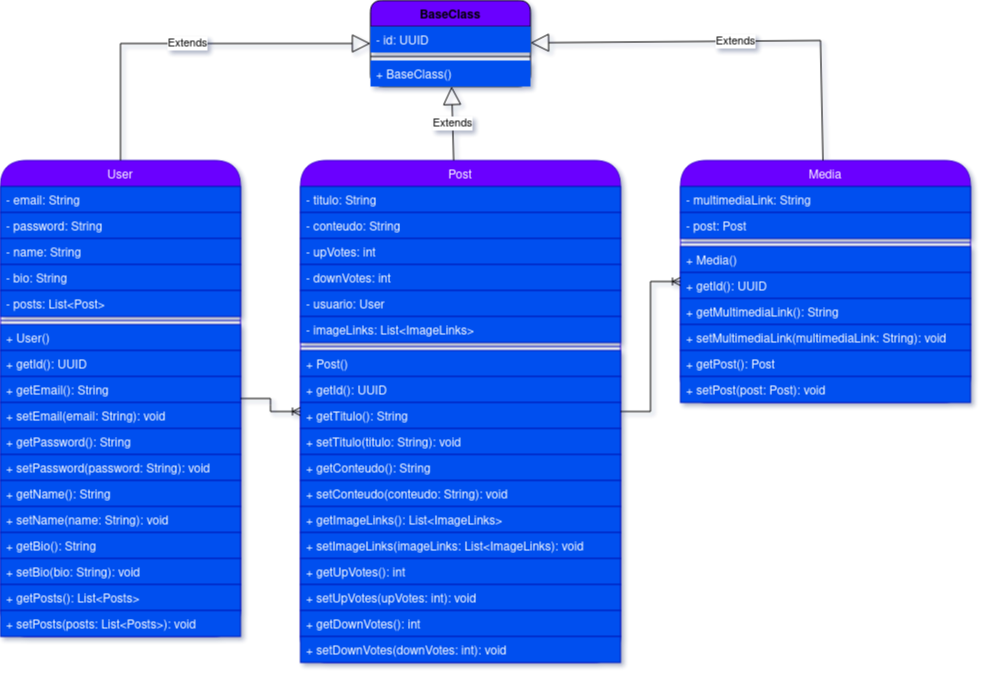
The draw.io diagram DiagramasBlogJavaApp.drawio.png in boirods/blogjava-playframework, before a commit. Source tidied: cells renumbered, new cells last; positions are measured from the earlier drawing's top-left corner, leaving out a move shared by most shapes.
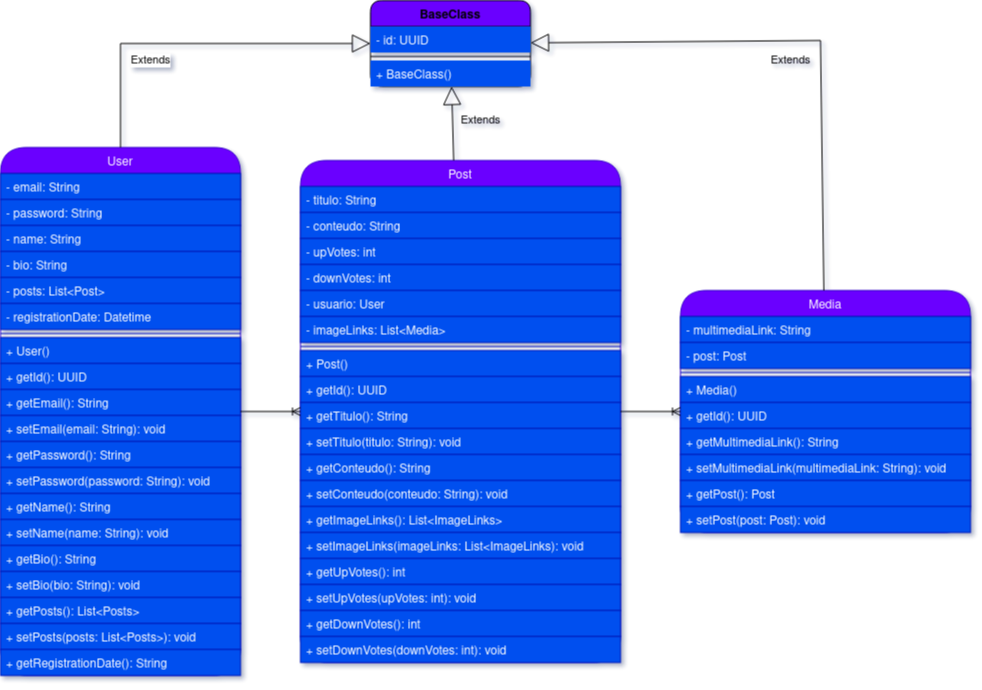
After the commit.

The edit, as a diff of the source:
```diff
@@ -3,7 +3,7 @@
     <mxCell id="0" />
     <mxCell id="1" parent="0" />
     <mxCell id="2" value="User" style="swimlane;fontStyle=0;horizontal=1;startSize=26;fillColor=#6a00ff;fontColor=#ffffff;strokeColor=#3700CC;rounded=1;arcSize=50;" parent="1" vertex="1">
-      <mxGeometry y="160" width="240" height="476" as="geometry" />
+      <mxGeometry y="147" width="240" height="528" as="geometry" />
     </mxCell>
     <mxCell id="3" value="- email: String" style="text;strokeColor=#001DBC;fillColor=#0050ef;align=left;verticalAlign=top;spacingLeft=4;spacingRight=4;overflow=hidden;fontColor=#ffffff;" parent="2" vertex="1">
       <mxGeometry y="26" width="240" height="26" as="geometry" />
@@ -20,45 +20,51 @@
     <mxCell id="7" value="- posts: List&lt;Post&gt;" style="text;strokeColor=#001DBC;fillColor=#0050ef;align=left;verticalAlign=top;spacingLeft=4;spacingRight=4;overflow=hidden;fontColor=#ffffff;" parent="2" vertex="1">
       <mxGeometry y="130" width="240" height="26" as="geometry" />
     </mxCell>
+    <mxCell id="60" value="- registrationDate: Datetime" style="text;strokeColor=#001DBC;fillColor=#0050ef;align=left;verticalAlign=top;spacingLeft=4;spacingRight=4;overflow=hidden;fontColor=#ffffff;" parent="2" vertex="1">
+      <mxGeometry y="156" width="240" height="26" as="geometry" />
+    </mxCell>
     <mxCell id="8" style="line;strokeWidth=1;align=left;verticalAlign=middle;spacingTop=-1;spacingLeft=3;spacingRight=3;labelPosition=right;fillColor=#0050ef;fontColor=#ffffff;strokeColor=#001DBC;" parent="2" vertex="1">
-      <mxGeometry y="156" width="240" height="8" as="geometry" />
+      <mxGeometry y="182" width="240" height="8" as="geometry" />
     </mxCell>
     <mxCell id="9" value="+ User()" style="text;strokeColor=#001DBC;fillColor=#0050ef;align=left;verticalAlign=top;spacingLeft=4;spacingRight=4;overflow=hidden;fontColor=#ffffff;" parent="2" vertex="1">
-      <mxGeometry y="164" width="240" height="26" as="geometry" />
+      <mxGeometry y="190" width="240" height="26" as="geometry" />
     </mxCell>
     <mxCell id="10" value="+ getId(): UUID" style="text;strokeColor=#001DBC;fillColor=#0050ef;align=left;verticalAlign=top;spacingLeft=4;spacingRight=4;overflow=hidden;fontColor=#ffffff;" parent="2" vertex="1">
-      <mxGeometry y="190" width="240" height="26" as="geometry" />
+      <mxGeometry y="216" width="240" height="26" as="geometry" />
     </mxCell>
     <mxCell id="11" value="+ getEmail(): String" style="text;strokeColor=#001DBC;fillColor=#0050ef;align=left;verticalAlign=top;spacingLeft=4;spacingRight=4;overflow=hidden;fontColor=#ffffff;" parent="2" vertex="1">
-      <mxGeometry y="216" width="240" height="26" as="geometry" />
+      <mxGeometry y="242" width="240" height="26" as="geometry" />
     </mxCell>
     <mxCell id="12" value="+ setEmail(email: String): void" style="text;strokeColor=#001DBC;fillColor=#0050ef;align=left;verticalAlign=top;spacingLeft=4;spacingRight=4;overflow=hidden;fontColor=#ffffff;" parent="2" vertex="1">
-      <mxGeometry y="242" width="240" height="26" as="geometry" />
+      <mxGeometry y="268" width="240" height="26" as="geometry" />
     </mxCell>
     <mxCell id="13" value="+ getPassword(): String" style="text;strokeColor=#001DBC;fillColor=#0050ef;align=left;verticalAlign=top;spacingLeft=4;spacingRight=4;overflow=hidden;fontColor=#ffffff;" parent="2" vertex="1">
-      <mxGeometry y="268" width="240" height="26" as="geometry" />
+      <mxGeometry y="294" width="240" height="26" as="geometry" />
     </mxCell>
     <mxCell id="14" value="+ setPassword(password: String): void" style="text;strokeColor=#001DBC;fillColor=#0050ef;align=left;verticalAlign=top;spacingLeft=4;spacingRight=4;overflow=hidden;fontColor=#ffffff;" parent="2" vertex="1">
-      <mxGeometry y="294" width="240" height="26" as="geometry" />
+      <mxGeometry y="320" width="240" height="26" as="geometry" />
     </mxCell>
     <mxCell id="15" value="+ getName(): String" style="text;strokeColor=#001DBC;fillColor=#0050ef;align=left;verticalAlign=top;spacingLeft=4;spacingRight=4;overflow=hidden;fontColor=#ffffff;" parent="2" vertex="1">
-      <mxGeometry y="320" width="240" height="26" as="geometry" />
+      <mxGeometry y="346" width="240" height="26" as="geometry" />
     </mxCell>
     <mxCell id="16" value="+ setName(name: String): void" style="text;strokeColor=#001DBC;fillColor=#0050ef;align=left;verticalAlign=top;spacingLeft=4;spacingRight=4;overflow=hidden;fontColor=#ffffff;" parent="2" vertex="1">
-      <mxGeometry y="346" width="240" height="26" as="geometry" />
+      <mxGeometry y="372" width="240" height="26" as="geometry" />
     </mxCell>
     <mxCell id="17" value="+ getBio(): String" style="text;strokeColor=#001DBC;fillColor=#0050ef;align=left;verticalAlign=top;spacingLeft=4;spacingRight=4;overflow=hidden;fontColor=#ffffff;" parent="2" vertex="1">
-      <mxGeometry y="372" width="240" height="26" as="geometry" />
+      <mxGeometry y="398" width="240" height="26" as="geometry" />
     </mxCell>
     <mxCell id="18" value="+ setBio(bio: String): void" style="text;strokeColor=#001DBC;fillColor=#0050ef;align=left;verticalAlign=top;spacingLeft=4;spacingRight=4;overflow=hidden;fontColor=#ffffff;" parent="2" vertex="1">
-      <mxGeometry y="398" width="240" height="26" as="geometry" />
+      <mxGeometry y="424" width="240" height="26" as="geometry" />
     </mxCell>
     <mxCell id="19" value="+ getPosts(): List&lt;Posts&gt;" style="text;strokeColor=#001DBC;fillColor=#0050ef;align=left;verticalAlign=top;spacingLeft=4;spacingRight=4;overflow=hidden;fontColor=#ffffff;" parent="2" vertex="1">
-      <mxGeometry y="424" width="240" height="26" as="geometry" />
+      <mxGeometry y="450" width="240" height="26" as="geometry" />
     </mxCell>
     <mxCell id="20" value="+ setPosts(posts: List&lt;Posts&gt;): void" style="text;strokeColor=#001DBC;fillColor=#0050ef;align=left;verticalAlign=top;spacingLeft=4;spacingRight=4;overflow=hidden;fontColor=#ffffff;" parent="2" vertex="1">
-      <mxGeometry y="450" width="240" height="26" as="geometry" />
+      <mxGeometry y="476" width="240" height="26" as="geometry" />
     </mxCell>
+    <mxCell id="61" value="+ getRegistrationDate(): String" style="text;strokeColor=#001DBC;fillColor=#0050ef;align=left;verticalAlign=top;spacingLeft=4;spacingRight=4;overflow=hidden;fontColor=#ffffff;" parent="2" vertex="1">
+      <mxGeometry y="502" width="240" height="26" as="geometry" />
+    </mxCell>
     <mxCell id="21" value="Post" style="swimlane;fontStyle=0;horizontal=1;startSize=26;fillColor=#6a00ff;fontColor=#ffffff;strokeColor=#3700CC;rounded=1;arcSize=50;" parent="1" vertex="1">
       <mxGeometry x="300" y="160" width="320" height="502" as="geometry" />
     </mxCell>
@@ -77,7 +83,7 @@
     <mxCell id="26" value="- usuario: User" style="text;strokeColor=#001DBC;fillColor=#0050ef;align=left;verticalAlign=top;spacingLeft=4;spacingRight=4;overflow=hidden;fontColor=#ffffff;" parent="21" vertex="1">
       <mxGeometry y="130" width="320" height="26" as="geometry" />
     </mxCell>
-    <mxCell id="27" value="- imageLinks: List&lt;ImageLinks&gt;" style="text;strokeColor=#001DBC;fillColor=#0050ef;align=left;verticalAlign=top;spacingLeft=4;spacingRight=4;overflow=hidden;fontColor=#ffffff;" parent="21" vertex="1">
+    <mxCell id="27" value="- imageLinks: List&lt;Media&gt;" style="text;strokeColor=#001DBC;fillColor=#0050ef;align=left;verticalAlign=top;spacingLeft=4;spacingRight=4;overflow=hidden;fontColor=#ffffff;" parent="21" vertex="1">
       <mxGeometry y="156" width="320" height="26" as="geometry" />
     </mxCell>
     <mxCell id="28" style="line;strokeWidth=1;align=left;verticalAlign=middle;spacingTop=-1;spacingLeft=3;spacingRight=3;labelPosition=right;fillColor=#0050ef;fontColor=#ffffff;strokeColor=#001DBC;" parent="21" vertex="1">
@@ -120,7 +126,7 @@
       <mxGeometry y="476" width="320" height="26" as="geometry" />
     </mxCell>
     <mxCell id="41" value="Media" style="swimlane;fontStyle=0;horizontal=1;startSize=26;fillColor=#6a00ff;fontColor=#ffffff;strokeColor=#3700CC;rounded=1;arcSize=50;" parent="1" vertex="1">
-      <mxGeometry x="680" y="160" width="290" height="242" as="geometry" />
+      <mxGeometry x="680" y="290" width="290" height="242" as="geometry" />
     </mxCell>
     <mxCell id="42" value="- multimediaLink: String" style="text;strokeColor=#001DBC;fillColor=#0050ef;align=left;verticalAlign=top;spacingLeft=4;spacingRight=4;overflow=hidden;fontColor=#ffffff;" parent="41" vertex="1">
       <mxGeometry y="26" width="290" height="26" as="geometry" />
@@ -168,17 +174,17 @@
       <mxGeometry y="60" width="160" height="26" as="geometry" />
     </mxCell>
     <mxCell id="57" value="Extends" style="endArrow=block;endSize=16;endFill=0;html=1;rounded=0;" parent="1" edge="1" source="2" target="53">
-      <mxGeometry relative="1" as="geometry">
+      <mxGeometry x="-0.24" y="-17" relative="1" as="geometry">
         <Array as="points">
           <mxPoint x="120" y="43" />
         </Array>
       </mxGeometry>
     </mxCell>
-    <mxCell id="58" value="Extends" style="endArrow=block;endSize=16;endFill=0;html=1;rounded=0;" parent="1" edge="1" source="21" target="53">
-      <mxGeometry relative="1" as="geometry" />
+    <mxCell id="58" value="Extends" style="endArrow=block;endSize=16;endFill=0;html=1;rounded=0;labelBackgroundColor=none;" parent="1" edge="1" source="21" target="53">
+      <mxGeometry x="0.06" y="-28" relative="1" as="geometry" />
     </mxCell>
-    <mxCell id="59" value="Extends" style="endArrow=block;endSize=16;endFill=0;html=1;rounded=0;" parent="1" edge="1" source="41" target="53">
-      <mxGeometry relative="1" as="geometry">
+    <mxCell id="59" value="Extends" style="endArrow=block;endSize=16;endFill=0;html=1;rounded=0;labelBackgroundColor=none;" parent="1" edge="1" source="41" target="53">
+      <mxGeometry x="0.04" y="20" relative="1" as="geometry">
         <Array as="points">
           <mxPoint x="820" y="40" />
         </Array>
```
